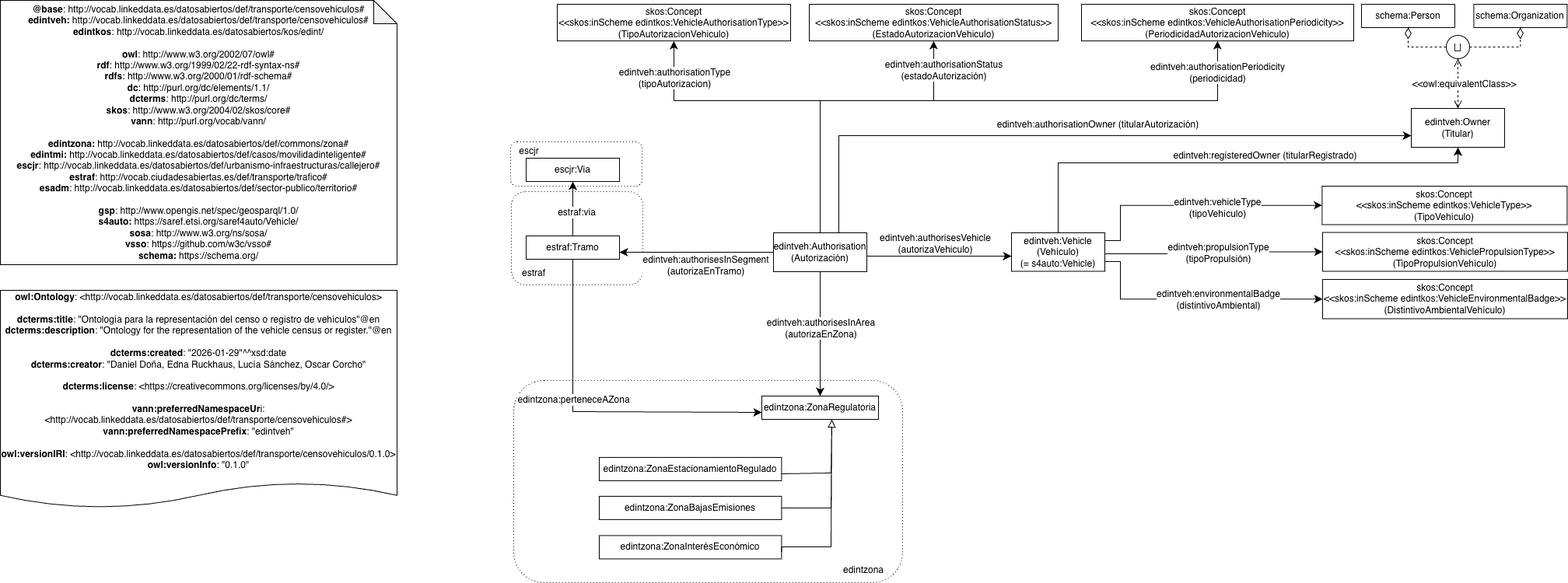
This is diagrams/diagram.png from oeg-upm/edint-ontologia-censovehiculos, a draw.io export, as it was before one commit. Source tidied: cells renumbered, new cells last; positions are measured from the earlier drawing's top-left corner, leaving out a move shared by most shapes.
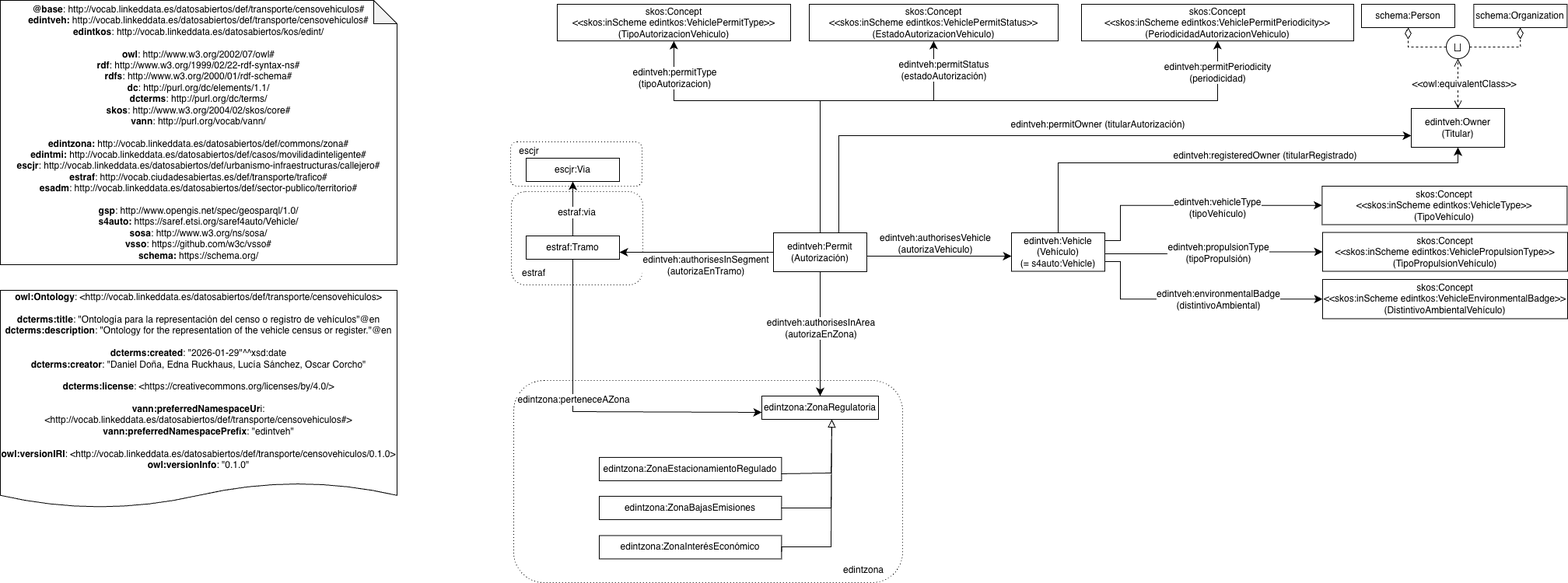
After the commit.

Commit message:
Diagramas regenerados para reflejar cambio de Authorisation a Permit

What changed in the source:
```diff
@@ -31,7 +31,7 @@
     <mxCell id="10" value="edintveh:Vehicle&lt;br&gt;(Vehículo)&lt;br&gt;(= s4auto:Vehicle)" style="rounded=0;whiteSpace=wrap;html=1;snapToPoint=1;points=[[0.1,0],[0.2,0],[0.3,0],[0.4,0],[0.5,0],[0.6,0],[0.7,0],[0.8,0],[0.9,0],[0,0.1],[0,0.3],[0,0.5],[0,0.7],[0,0.9],[0.1,1],[0.2,1],[0.3,1],[0.4,1],[0.5,1],[0.6,1],[0.7,1],[0.8,1],[0.9,1],[1,0.1],[1,0.3],[1,0.5],[1,0.7],[1,0.9]];" parent="1" vertex="1">
       <mxGeometry x="1300" y="299" width="120" height="49.5" as="geometry" />
     </mxCell>
-    <mxCell id="11" value="edintveh:Authorisation&lt;br&gt;(Autorización)" style="rounded=0;whiteSpace=wrap;html=1;snapToPoint=1;points=[[0.1,0],[0.2,0],[0.3,0],[0.4,0],[0.5,0],[0.6,0],[0.7,0],[0.8,0],[0.9,0],[0,0.1],[0,0.3],[0,0.5],[0,0.7],[0,0.9],[0.1,1],[0.2,1],[0.3,1],[0.4,1],[0.5,1],[0.6,1],[0.7,1],[0.8,1],[0.9,1],[1,0.1],[1,0.3],[1,0.5],[1,0.7],[1,0.9]];" parent="1" vertex="1">
+    <mxCell id="11" value="edintveh:Permit&lt;br&gt;(Autorización)" style="rounded=0;whiteSpace=wrap;html=1;snapToPoint=1;points=[[0.1,0],[0.2,0],[0.3,0],[0.4,0],[0.5,0],[0.6,0],[0.7,0],[0.8,0],[0.9,0],[0,0.1],[0,0.3],[0,0.5],[0,0.7],[0,0.9],[0.1,1],[0.2,1],[0.3,1],[0.4,1],[0.5,1],[0.6,1],[0.7,1],[0.8,1],[0.9,1],[1,0.1],[1,0.3],[1,0.5],[1,0.7],[1,0.9]];" parent="1" vertex="1">
       <mxGeometry x="994" y="299" width="120" height="50" as="geometry" />
     </mxCell>
     <mxCell id="12" value="edintveh:Owner&lt;br&gt;(Titular)" style="rounded=0;whiteSpace=wrap;html=1;snapToPoint=1;points=[[0.1,0],[0.2,0],[0.3,0],[0.4,0],[0.5,0],[0.6,0],[0.7,0],[0.8,0],[0.9,0],[0,0.1],[0,0.3],[0,0.5],[0,0.7],[0,0.9],[0.1,1],[0.2,1],[0.3,1],[0.4,1],[0.5,1],[0.6,1],[0.7,1],[0.8,1],[0.9,1],[1,0.1],[1,0.3],[1,0.5],[1,0.7],[1,0.9]];" parent="1" vertex="1">
@@ -130,7 +130,7 @@
         </Array>
       </mxGeometry>
     </mxCell>
-    <mxCell id="32" value="edintveh:authorisationOwner (titularAutorización)" style="text;html=1;align=center;verticalAlign=middle;labelBackgroundColor=#ffffff;" parent="31" vertex="1">
+    <mxCell id="32" value="edintveh:permitOwner (titularAutorización)" style="text;html=1;align=center;verticalAlign=middle;labelBackgroundColor=#ffffff;" parent="31" vertex="1">
       <mxGeometry x="-0.13" relative="1" as="geometry">
         <mxPoint x="81" y="-15" as="offset" />
       </mxGeometry>
@@ -143,7 +143,7 @@
         </Array>
       </mxGeometry>
     </mxCell>
-    <mxCell id="34" value="edintveh:authorisationType &lt;br&gt;(tipoAutorizacion)" style="text;html=1;align=center;verticalAlign=middle;labelBackgroundColor=#ffffff;" parent="33" vertex="1">
+    <mxCell id="34" value="edintveh:permitType &lt;br&gt;(tipoAutorizacion)" style="text;html=1;align=center;verticalAlign=middle;labelBackgroundColor=#ffffff;" parent="33" vertex="1">
       <mxGeometry x="-0.13" relative="1" as="geometry">
         <mxPoint x="-168" y="-30" as="offset" />
       </mxGeometry>
@@ -156,7 +156,7 @@
         </Array>
       </mxGeometry>
     </mxCell>
-    <mxCell id="36" value="edintveh:authorisationStatus&lt;br&gt;(estadoAutorización)" style="text;html=1;align=center;verticalAlign=middle;labelBackgroundColor=#ffffff;" parent="35" vertex="1">
+    <mxCell id="36" value="edintveh:permitStatus&lt;br&gt;(estadoAutorización)" style="text;html=1;align=center;verticalAlign=middle;labelBackgroundColor=#ffffff;" parent="35" vertex="1">
       <mxGeometry x="-0.13" relative="1" as="geometry">
         <mxPoint x="156" y="-40" as="offset" />
       </mxGeometry>
@@ -169,7 +169,7 @@
         </Array>
       </mxGeometry>
     </mxCell>
-    <mxCell id="38" value="edintveh:authorisationPeriodicity&lt;br&gt;(periodicidad)" style="text;html=1;align=center;verticalAlign=middle;labelBackgroundColor=#ffffff;" parent="37" vertex="1">
+    <mxCell id="38" value="edintveh:permitPeriodicity&lt;br&gt;(periodicidad)" style="text;html=1;align=center;verticalAlign=middle;labelBackgroundColor=#ffffff;" parent="37" vertex="1">
       <mxGeometry x="-0.13" relative="1" as="geometry">
         <mxPoint x="349" y="-37" as="offset" />
       </mxGeometry>
@@ -236,13 +236,13 @@
         </Array>
       </mxGeometry>
     </mxCell>
-    <mxCell id="50" value="skos:Concept&lt;br&gt;&amp;lt;&amp;lt;skos:inScheme edintkos:VehicleAuthorisationType&amp;gt;&amp;gt;&lt;div&gt;(&lt;span style=&quot;background-color: transparent; color: light-dark(rgb(0, 0, 0), rgb(255, 255, 255));&quot;&gt;TipoAutorizacionVehiculo)&lt;/span&gt;&lt;/div&gt;" style="rounded=0;whiteSpace=wrap;html=1;snapToPoint=1;points=[[0.1,0],[0.2,0],[0.3,0],[0.4,0],[0.5,0],[0.6,0],[0.7,0],[0.8,0],[0.9,0],[0,0.1],[0,0.3],[0,0.5],[0,0.7],[0,0.9],[0.1,1],[0.2,1],[0.3,1],[0.4,1],[0.5,1],[0.6,1],[0.7,1],[0.8,1],[0.9,1],[1,0.1],[1,0.3],[1,0.5],[1,0.7],[1,0.9]];" parent="1" vertex="1">
+    <mxCell id="50" value="skos:Concept&lt;br&gt;&amp;lt;&amp;lt;skos:inScheme edintkos:VehiclePermitType&amp;gt;&amp;gt;&lt;div&gt;(&lt;span style=&quot;background-color: transparent; color: light-dark(rgb(0, 0, 0), rgb(255, 255, 255));&quot;&gt;TipoAutorizacionVehiculo)&lt;/span&gt;&lt;/div&gt;" style="rounded=0;whiteSpace=wrap;html=1;snapToPoint=1;points=[[0.1,0],[0.2,0],[0.3,0],[0.4,0],[0.5,0],[0.6,0],[0.7,0],[0.8,0],[0.9,0],[0,0.1],[0,0.3],[0,0.5],[0,0.7],[0,0.9],[0.1,1],[0.2,1],[0.3,1],[0.4,1],[0.5,1],[0.6,1],[0.7,1],[0.8,1],[0.9,1],[1,0.1],[1,0.3],[1,0.5],[1,0.7],[1,0.9]];" parent="1" vertex="1">
       <mxGeometry x="716" y="5" width="300" height="47.1" as="geometry" />
     </mxCell>
-    <mxCell id="51" value="skos:Concept&lt;br&gt;&amp;lt;&amp;lt;skos:inScheme edintkos:VehicleAuthorisationStatus&amp;gt;&amp;gt;&lt;div&gt;(&lt;span style=&quot;background-color: transparent; color: light-dark(rgb(0, 0, 0), rgb(255, 255, 255));&quot;&gt;EstadoAutorizacionVehiculo)&lt;/span&gt;&lt;/div&gt;" style="rounded=0;whiteSpace=wrap;html=1;snapToPoint=1;points=[[0.1,0],[0.2,0],[0.3,0],[0.4,0],[0.5,0],[0.6,0],[0.7,0],[0.8,0],[0.9,0],[0,0.1],[0,0.3],[0,0.5],[0,0.7],[0,0.9],[0.1,1],[0.2,1],[0.3,1],[0.4,1],[0.5,1],[0.6,1],[0.7,1],[0.8,1],[0.9,1],[1,0.1],[1,0.3],[1,0.5],[1,0.7],[1,0.9]];" parent="1" vertex="1">
+    <mxCell id="51" value="skos:Concept&lt;br&gt;&amp;lt;&amp;lt;skos:inScheme edintkos:VehiclePermitStatus&amp;gt;&amp;gt;&lt;div&gt;(&lt;span style=&quot;background-color: transparent; color: light-dark(rgb(0, 0, 0), rgb(255, 255, 255));&quot;&gt;EstadoAutorizacionVehiculo)&lt;/span&gt;&lt;/div&gt;" style="rounded=0;whiteSpace=wrap;html=1;snapToPoint=1;points=[[0.1,0],[0.2,0],[0.3,0],[0.4,0],[0.5,0],[0.6,0],[0.7,0],[0.8,0],[0.9,0],[0,0.1],[0,0.3],[0,0.5],[0,0.7],[0,0.9],[0.1,1],[0.2,1],[0.3,1],[0.4,1],[0.5,1],[0.6,1],[0.7,1],[0.8,1],[0.9,1],[1,0.1],[1,0.3],[1,0.5],[1,0.7],[1,0.9]];" parent="1" vertex="1">
       <mxGeometry x="1040" y="5" width="320" height="47.1" as="geometry" />
     </mxCell>
-    <mxCell id="52" value="skos:Concept&lt;br&gt;&amp;lt;&amp;lt;skos:inScheme edintkos:VehicleAuthorisationPeriodicity&amp;gt;&amp;gt;&lt;div&gt;(&lt;span style=&quot;background-color: transparent; color: light-dark(rgb(0, 0, 0), rgb(255, 255, 255));&quot;&gt;PeriodicidadAutorizacionVehiculo)&lt;/span&gt;&lt;/div&gt;" style="rounded=0;whiteSpace=wrap;html=1;snapToPoint=1;points=[[0.1,0],[0.2,0],[0.3,0],[0.4,0],[0.5,0],[0.6,0],[0.7,0],[0.8,0],[0.9,0],[0,0.1],[0,0.3],[0,0.5],[0,0.7],[0,0.9],[0.1,1],[0.2,1],[0.3,1],[0.4,1],[0.5,1],[0.6,1],[0.7,1],[0.8,1],[0.9,1],[1,0.1],[1,0.3],[1,0.5],[1,0.7],[1,0.9]];" parent="1" vertex="1">
+    <mxCell id="52" value="skos:Concept&lt;br&gt;&amp;lt;&amp;lt;skos:inScheme edintkos:VehiclePermitPeriodicity&amp;gt;&amp;gt;&lt;div&gt;(&lt;span style=&quot;background-color: transparent; color: light-dark(rgb(0, 0, 0), rgb(255, 255, 255));&quot;&gt;PeriodicidadAutorizacionVehiculo)&lt;/span&gt;&lt;/div&gt;" style="rounded=0;whiteSpace=wrap;html=1;snapToPoint=1;points=[[0.1,0],[0.2,0],[0.3,0],[0.4,0],[0.5,0],[0.6,0],[0.7,0],[0.8,0],[0.9,0],[0,0.1],[0,0.3],[0,0.5],[0,0.7],[0,0.9],[0.1,1],[0.2,1],[0.3,1],[0.4,1],[0.5,1],[0.6,1],[0.7,1],[0.8,1],[0.9,1],[1,0.1],[1,0.3],[1,0.5],[1,0.7],[1,0.9]];" parent="1" vertex="1">
       <mxGeometry x="1390" y="5" width="350" height="47.1" as="geometry" />
     </mxCell>
     <mxCell id="53" value="skos:Concept&lt;br&gt;&amp;lt;&amp;lt;skos:inScheme edintkos:VehicleType&amp;gt;&amp;gt;&lt;div&gt;(TipoVehículo)&lt;/div&gt;" style="rounded=0;whiteSpace=wrap;html=1;snapToPoint=1;points=[[0.1,0],[0.2,0],[0.3,0],[0.4,0],[0.5,0],[0.6,0],[0.7,0],[0.8,0],[0.9,0],[0,0.1],[0,0.3],[0,0.5],[0,0.7],[0,0.9],[0.1,1],[0.2,1],[0.3,1],[0.4,1],[0.5,1],[0.6,1],[0.7,1],[0.8,1],[0.9,1],[1,0.1],[1,0.3],[1,0.5],[1,0.7],[1,0.9]];" parent="1" vertex="1">
```
